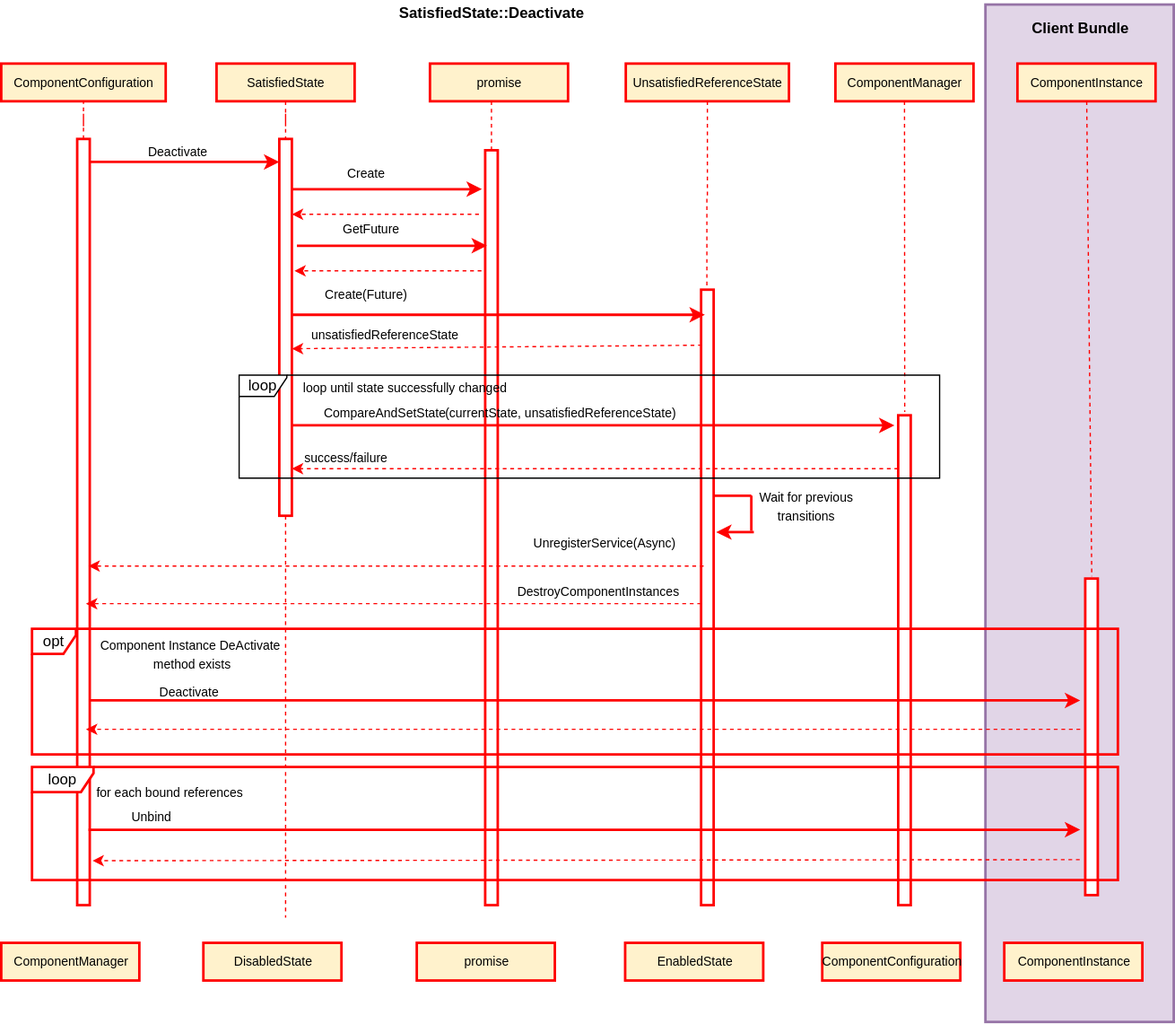
Above: text/0003-declarative-services/SatisfiedStateDeActivate.svg in CppMicroServices/rfcs (draw.io), before the change. Source tidied: cells renumbered, new cells last; positions are measured from the earlier drawing's top-left corner, leaving out a move shared by most shapes.
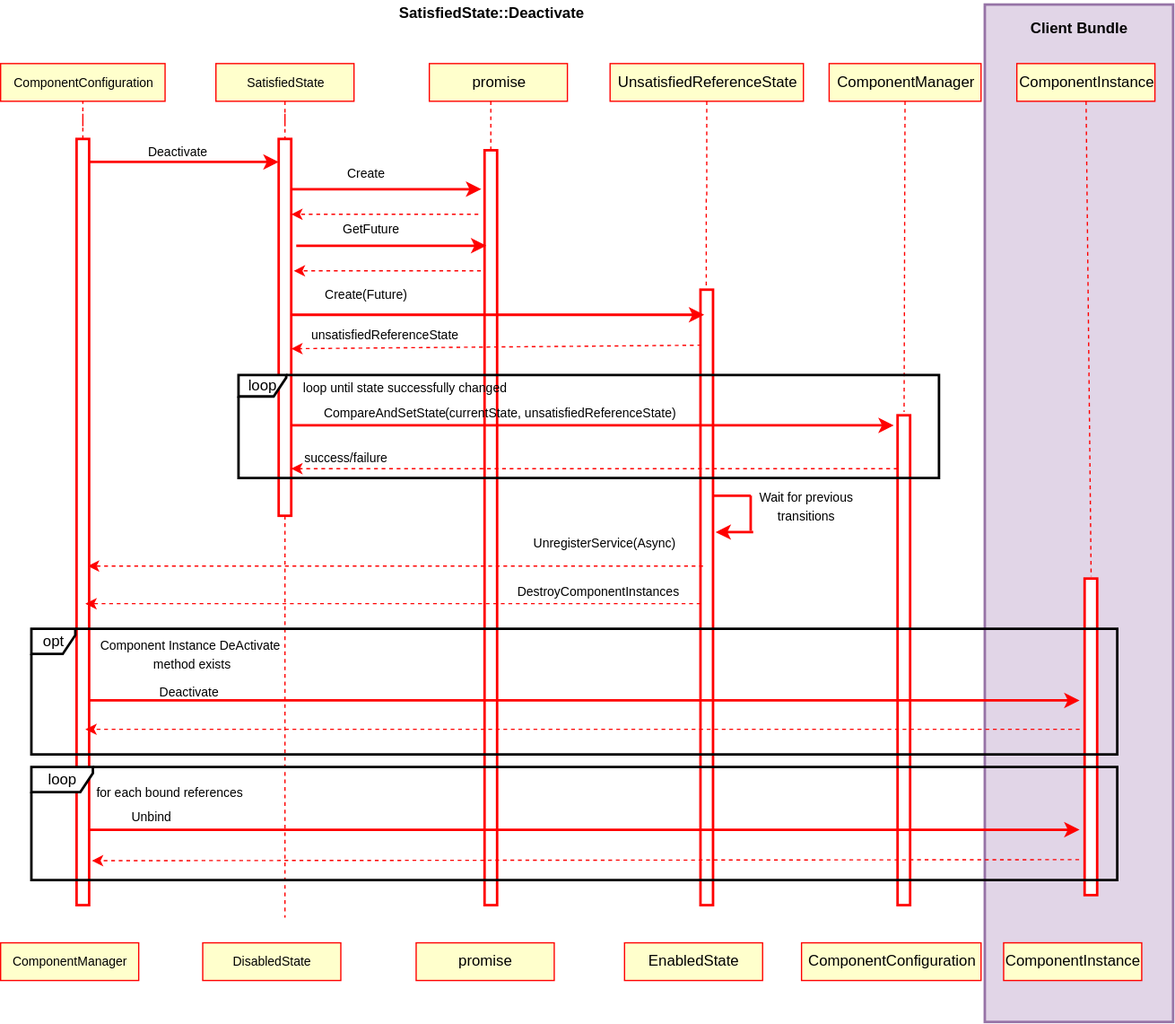
Above is the later version.

Diff of the diagram source:
```diff
@@ -16,13 +16,13 @@
     <mxCell id="5" style="edgeStyle=orthogonalEdgeStyle;rounded=0;jettySize=auto;html=1;dashed=1;endArrow=none;endFill=0;strokeColor=#FF0000;strokeWidth=1;" parent="1" edge="1" source="6" target="4">
       <mxGeometry relative="1" as="geometry" />
     </mxCell>
-    <mxCell id="6" value="&lt;span style=&quot;font-size: 10px&quot;&gt;SatisfiedState&lt;/span&gt;" style="html=1;strokeWidth=2;fillColor=#fff2cc;strokeColor=#FF0000;" parent="1" vertex="1">
+    <mxCell id="6" value="&lt;span style=&quot;font-size: 10px&quot;&gt;SatisfiedState&lt;/span&gt;" style="html=1;strokeWidth=1;strokeColor=#FF0000;fillColor=#FFFFCC;" parent="1" vertex="1">
       <mxGeometry x="172" y="50" width="110" height="30" as="geometry" />
     </mxCell>
     <mxCell id="7" value="&lt;font style=&quot;font-size: 12px&quot;&gt;&lt;b&gt;SatisfiedState::Deactivate&lt;br&gt;&lt;/b&gt;&lt;/font&gt;" style="text;html=1;align=center;verticalAlign=middle;fontSize=10;" parent="1" vertex="1">
       <mxGeometry x="311" width="160" height="20" as="geometry" />
     </mxCell>
-    <mxCell id="8" value="&lt;font style=&quot;font-size: 10px&quot;&gt;promise&lt;/font&gt;" style="html=1;strokeWidth=2;fontSize=10;fillColor=#fff2cc;strokeColor=#FF0000;" parent="1" vertex="1">
+    <mxCell id="8" value="&lt;font style=&quot;font-size: 12px;&quot;&gt;promise&lt;/font&gt;" style="html=1;strokeWidth=1;fontSize=12;strokeColor=#FF0000;fillColor=#FFFFCC;" parent="1" vertex="1">
       <mxGeometry x="342" y="50" width="110" height="30" as="geometry" />
     </mxCell>
     <mxCell id="9" style="rounded=0;orthogonalLoop=1;jettySize=auto;html=1;dashed=1;endArrow=none;endFill=0;strokeWidth=1;strokeColor=#FF0000;" parent="1" edge="1">
@@ -34,16 +34,16 @@
     <mxCell id="10" style="edgeStyle=orthogonalEdgeStyle;rounded=0;jettySize=auto;html=1;entryX=0.46;entryY=-0.006;entryDx=0;entryDy=0;entryPerimeter=0;endArrow=none;endFill=0;strokeColor=#FF0000;strokeWidth=1;dashed=1;" parent="1" edge="1" source="11" target="18">
       <mxGeometry relative="1" as="geometry" />
     </mxCell>
-    <mxCell id="11" value="&lt;font style=&quot;font-size: 10px&quot;&gt;UnsatisfiedReferenceState&lt;/font&gt;" style="html=1;strokeWidth=2;fontSize=10;fillColor=#fff2cc;strokeColor=#FF0000;" parent="1" vertex="1">
-      <mxGeometry x="498" y="50" width="130" height="30" as="geometry" />
+    <mxCell id="11" value="&lt;font style=&quot;font-size: 12px;&quot;&gt;UnsatisfiedReferenceState&lt;/font&gt;" style="html=1;strokeWidth=1;fontSize=12;strokeColor=#FF0000;fillColor=#FFFFCC;" parent="1" vertex="1">
+      <mxGeometry x="486" y="50" width="154" height="30" as="geometry" />
     </mxCell>
     <mxCell id="12" style="edgeStyle=none;rounded=0;jettySize=auto;html=1;dashed=1;startArrow=none;startFill=0;endArrow=none;endFill=0;strokeWidth=1;fontSize=10;entryX=0.52;entryY=-0.007;entryDx=0;entryDy=0;entryPerimeter=0;strokeColor=#FF0000;" parent="1" edge="1" source="13" target="19">
       <mxGeometry relative="1" as="geometry" />
     </mxCell>
-    <mxCell id="13" value="&lt;font style=&quot;font-size: 10px&quot;&gt;ComponentManager&lt;/font&gt;" style="html=1;strokeWidth=2;fontSize=10;fillColor=#fff2cc;strokeColor=#FF0000;" parent="1" vertex="1">
-      <mxGeometry x="665" y="50" width="110" height="30" as="geometry" />
+    <mxCell id="13" value="&lt;font style=&quot;font-size: 12px;&quot;&gt;ComponentManager&lt;/font&gt;" style="html=1;strokeWidth=1;fontSize=12;strokeColor=#FF0000;fillColor=#FFFFCC;" parent="1" vertex="1">
+      <mxGeometry x="660.5" y="50" width="121" height="30" as="geometry" />
     </mxCell>
-    <mxCell id="14" value="&lt;span style=&quot;font-size: 10px&quot;&gt;ComponentConfiguration&lt;/span&gt;" style="html=1;strokeWidth=2;fillColor=#fff2cc;strokeColor=#FF0000;" parent="1" vertex="1">
+    <mxCell id="14" value="&lt;span style=&quot;font-size: 10px&quot;&gt;ComponentConfiguration&lt;/span&gt;" style="html=1;strokeWidth=1;strokeColor=#FF0000;fillColor=#FFFFCC;" parent="1" vertex="1">
       <mxGeometry x="0.5" y="50" width="131" height="30" as="geometry" />
     </mxCell>
     <mxCell id="15" style="edgeStyle=orthogonalEdgeStyle;rounded=0;jettySize=auto;html=1;strokeColor=#FF0000;strokeWidth=1;endArrow=none;endFill=0;dashed=1;" parent="1" edge="1" source="16" target="14">
@@ -124,22 +124,22 @@
     <mxCell id="34" value="&lt;font style=&quot;font-size: 10px&quot;&gt;UnregisterService(Async)&lt;/font&gt;" style="text;html=1;align=center;verticalAlign=middle;" parent="1" vertex="1">
       <mxGeometry x="416" y="422" width="130" height="20" as="geometry" />
     </mxCell>
-    <mxCell id="35" value="loop" style="shape=umlFrame;whiteSpace=wrap;html=1;width=38;height=17;" parent="1" vertex="1">
+    <mxCell id="35" value="loop" style="shape=umlFrame;whiteSpace=wrap;html=1;width=38;height=17;strokeWidth=2;" parent="1" vertex="1">
       <mxGeometry x="190" y="298" width="558" height="82" as="geometry" />
     </mxCell>
-    <mxCell id="36" value="&lt;span style=&quot;font-size: 10px&quot;&gt;DisabledState&lt;/span&gt;" style="html=1;strokeWidth=2;fillColor=#fff2cc;strokeColor=#FF0000;" parent="1" vertex="1">
+    <mxCell id="36" value="&lt;span style=&quot;font-size: 10px&quot;&gt;DisabledState&lt;/span&gt;" style="html=1;strokeWidth=1;strokeColor=#FF0000;fillColor=#FFFFCC;" parent="1" vertex="1">
       <mxGeometry x="161.5" y="750" width="110" height="30" as="geometry" />
     </mxCell>
-    <mxCell id="37" value="&lt;font style=&quot;font-size: 10px&quot;&gt;promise&lt;/font&gt;" style="html=1;strokeWidth=2;fontSize=10;fillColor=#fff2cc;strokeColor=#FF0000;" parent="1" vertex="1">
+    <mxCell id="37" value="&lt;font style=&quot;font-size: 12px;&quot;&gt;promise&lt;/font&gt;" style="html=1;strokeWidth=1;fontSize=12;strokeColor=#FF0000;fillColor=#FFFFCC;" parent="1" vertex="1">
       <mxGeometry x="331.5" y="750" width="110" height="30" as="geometry" />
     </mxCell>
-    <mxCell id="38" value="&lt;font style=&quot;font-size: 10px&quot;&gt;EnabledState&lt;/font&gt;" style="html=1;strokeWidth=2;fontSize=10;fillColor=#fff2cc;strokeColor=#FF0000;" parent="1" vertex="1">
+    <mxCell id="38" value="&lt;font style=&quot;font-size: 12px;&quot;&gt;EnabledState&lt;/font&gt;" style="html=1;strokeWidth=1;fontSize=12;strokeColor=#FF0000;fillColor=#FFFFCC;" parent="1" vertex="1">
       <mxGeometry x="497.5" y="750" width="110" height="30" as="geometry" />
     </mxCell>
-    <mxCell id="39" value="&lt;font style=&quot;font-size: 10px&quot;&gt;ComponentConfiguration&lt;/font&gt;" style="html=1;strokeWidth=2;fontSize=10;fillColor=#fff2cc;strokeColor=#FF0000;" parent="1" vertex="1">
-      <mxGeometry x="654.5" y="750" width="110" height="30" as="geometry" />
+    <mxCell id="39" value="&lt;font style=&quot;font-size: 12px;&quot;&gt;ComponentConfiguration&lt;/font&gt;" style="html=1;strokeWidth=1;fontSize=12;strokeColor=#FF0000;fillColor=#FFFFCC;" parent="1" vertex="1">
+      <mxGeometry x="638.5" y="750" width="143" height="30" as="geometry" />
     </mxCell>
-    <mxCell id="40" value="&lt;span style=&quot;font-size: 10px&quot;&gt;ComponentManager&lt;/span&gt;" style="html=1;strokeWidth=2;fillColor=#fff2cc;strokeColor=#FF0000;" parent="1" vertex="1">
+    <mxCell id="40" value="&lt;span style=&quot;font-size: 10px&quot;&gt;ComponentManager&lt;/span&gt;" style="html=1;strokeWidth=1;strokeColor=#FF0000;fillColor=#FFFFCC;" parent="1" vertex="1">
       <mxGeometry x="0.5" y="750" width="110" height="30" as="geometry" />
     </mxCell>
     <mxCell id="41" value="&lt;font style=&quot;font-size: 10px&quot;&gt;loop until state successfully changed&lt;/font&gt;" style="text;html=1;align=center;verticalAlign=middle;" parent="1" vertex="1">
@@ -190,13 +190,13 @@
     <mxCell id="51" style="edgeStyle=none;rounded=0;jettySize=auto;html=1;dashed=1;startArrow=none;startFill=0;endArrow=none;endFill=0;strokeWidth=1;fontSize=10;entryX=0.52;entryY=-0.007;entryDx=0;entryDy=0;entryPerimeter=0;strokeColor=#FF0000;" parent="1" edge="1" source="52" target="53">
       <mxGeometry relative="1" as="geometry" />
     </mxCell>
-    <mxCell id="52" value="&lt;font style=&quot;font-size: 10px&quot;&gt;ComponentInstance&lt;/font&gt;" style="html=1;strokeWidth=2;fontSize=10;fillColor=#fff2cc;strokeColor=#FF0000;" parent="1" vertex="1">
+    <mxCell id="52" value="&lt;font style=&quot;font-size: 12px;&quot;&gt;ComponentInstance&lt;/font&gt;" style="html=1;strokeWidth=1;fontSize=12;strokeColor=#FF0000;fillColor=#FFFFCC;" parent="1" vertex="1">
       <mxGeometry x="810" y="50" width="110" height="30" as="geometry" />
     </mxCell>
     <mxCell id="53" style="html=1;points=[];perimeter=orthogonalPerimeter;strokeWidth=2;strokeColor=#FF0000;" parent="1" vertex="1">
       <mxGeometry x="864" y="460" width="10" height="252" as="geometry" />
     </mxCell>
-    <mxCell id="54" value="&lt;font style=&quot;font-size: 10px&quot;&gt;ComponentInstance&lt;/font&gt;" style="html=1;strokeWidth=2;fontSize=10;fillColor=#fff2cc;strokeColor=#FF0000;" parent="1" vertex="1">
+    <mxCell id="54" value="&lt;font style=&quot;font-size: 12px;&quot;&gt;ComponentInstance&lt;/font&gt;" style="html=1;strokeWidth=1;fontSize=12;strokeColor=#FF0000;fillColor=#FFFFCC;" parent="1" vertex="1">
       <mxGeometry x="799.5" y="750" width="110" height="30" as="geometry" />
     </mxCell>
     <mxCell id="55" value="&lt;font style=&quot;font-size: 10px&quot;&gt;Component Instance DeActivate&lt;br&gt;&amp;nbsp;method exists&lt;/font&gt;" style="text;html=1;align=center;verticalAlign=middle;" parent="1" vertex="1">
@@ -217,7 +217,7 @@
         <mxPoint x="68" y="580" as="targetPoint" />
       </mxGeometry>
     </mxCell>
-    <mxCell id="59" value="opt" style="shape=umlFrame;whiteSpace=wrap;html=1;strokeColor=#FF0000;strokeWidth=2;width=35;height=20;" parent="1" vertex="1">
+    <mxCell id="59" value="opt" style="shape=umlFrame;whiteSpace=wrap;html=1;strokeWidth=2;width=35;height=20;" parent="1" vertex="1">
       <mxGeometry x="25" y="500" width="865" height="100" as="geometry" />
     </mxCell>
     <mxCell id="60" value="&lt;font style=&quot;font-size: 10px&quot;&gt;for each bound references&amp;nbsp;&lt;/font&gt;" style="text;html=1;align=center;verticalAlign=middle;" parent="1" vertex="1">
@@ -232,7 +232,7 @@
     <mxCell id="62" value="&lt;font style=&quot;font-size: 10px&quot;&gt;Unbind&lt;/font&gt;" style="text;html=1;align=center;verticalAlign=middle;" parent="1" vertex="1">
       <mxGeometry x="95" y="640" width="50" height="20" as="geometry" />
     </mxCell>
-    <mxCell id="63" value="loop" style="shape=umlFrame;whiteSpace=wrap;html=1;strokeColor=#FF0000;strokeWidth=2;width=49;height=20;" parent="1" vertex="1">
+    <mxCell id="63" value="loop" style="shape=umlFrame;whiteSpace=wrap;html=1;strokeWidth=2;width=49;height=20;" parent="1" vertex="1">
       <mxGeometry x="25" y="610" width="865" height="90" as="geometry" />
     </mxCell>
     <mxCell id="64" style="endArrow=classic;html=1;strokeColor=#FF0000;strokeWidth=1;entryX=1.22;entryY=0.942;entryDx=0;entryDy=0;entryPerimeter=0;exitX=-0.44;exitY=0.888;exitDx=0;exitDy=0;exitPerimeter=0;dashed=1;" parent="1" edge="1" source="53" target="16">
```
